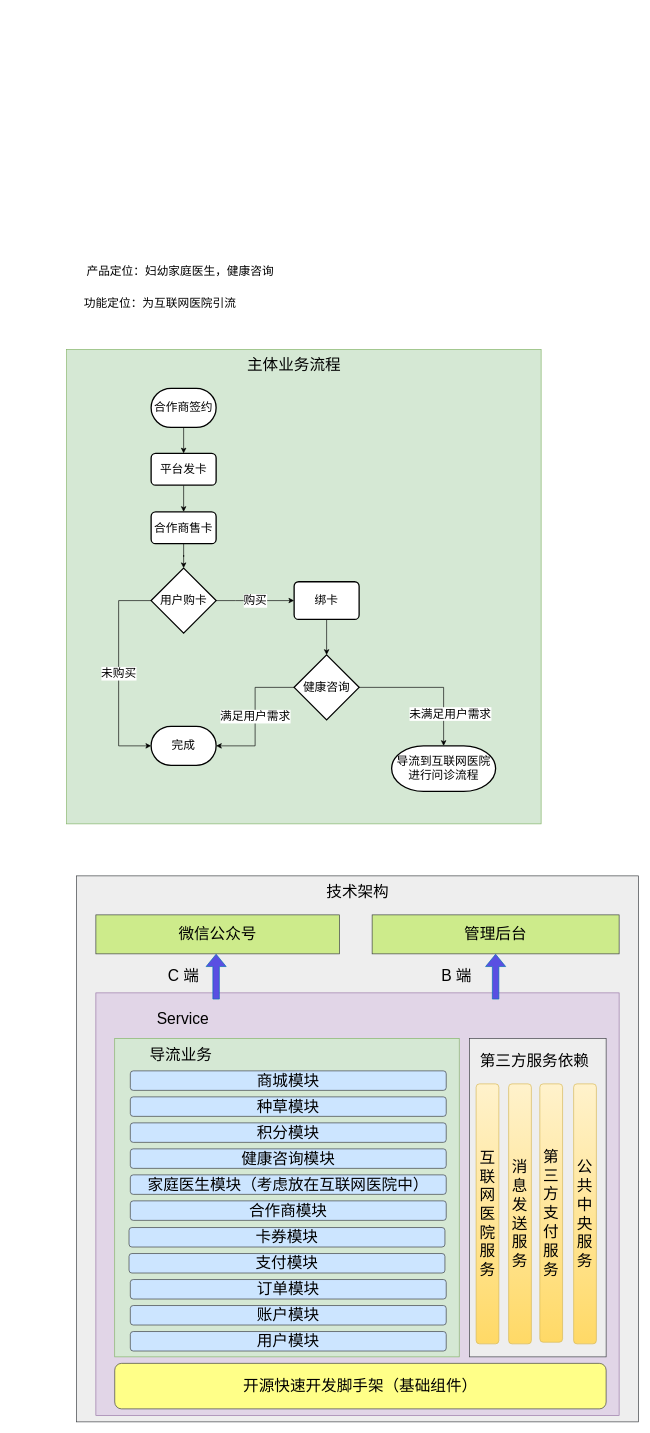
Above: jbh/家庭医生v1.drawio in GitHeP/diagrams (draw.io), before the change. Source tidied: cells renumbered, new cells numbered last; positions are measured from the earlier drawing's top-left corner, leaving out a move shared by most shapes. Both pictures are drawn from the tidied source at 65%, with x=0, y=0 at pixel (66, 258).
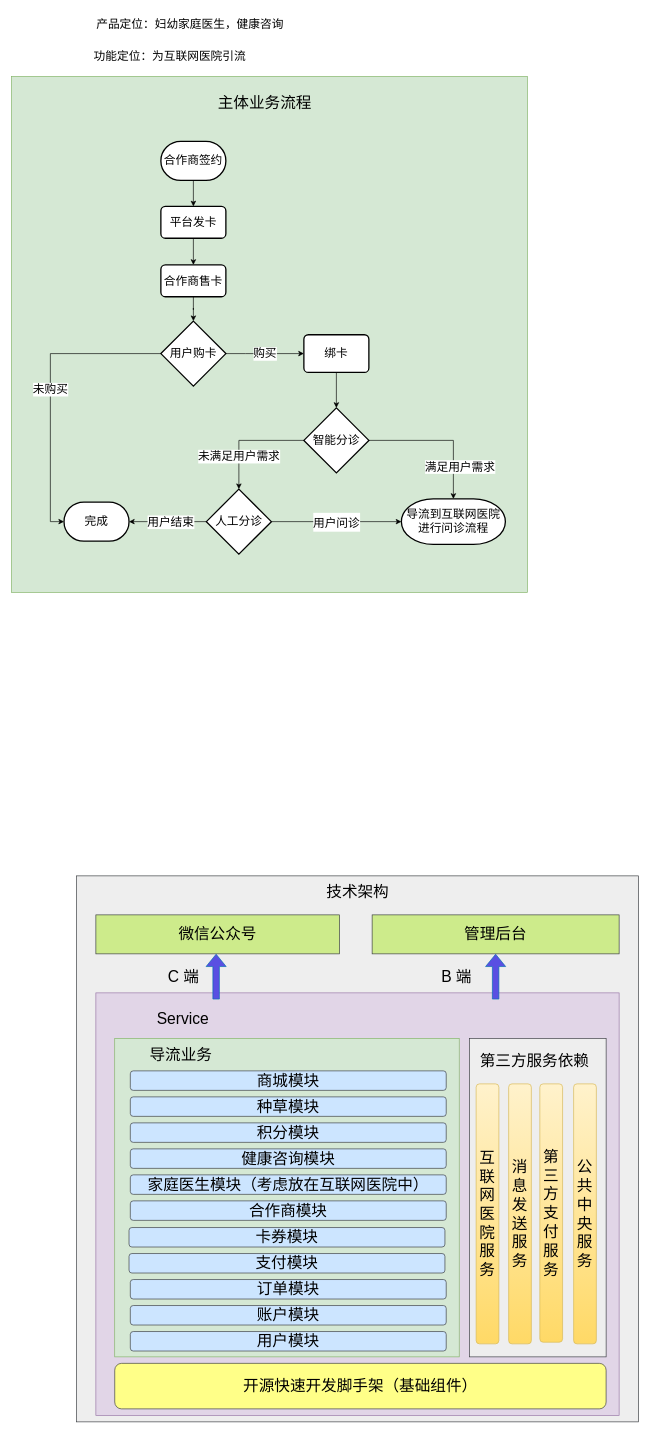
The same page after the edit.

Commit message:
更新家庭医生v1.drawio

The edit, as a diff of the source:
```diff
@@
     <mxCell id="4" style="whiteSpace=wrap;html=1;fontSize=18;fillColor=#d5e8d4;strokeColor=#82b366;" parent="1" vertex="1">
-      <mxGeometry x="1" y="140" width="730" height="730" as="geometry" />
+      <mxGeometry x="-84" y="-280" width="794" height="794" as="geometry" />
     </mxCell>
     <mxCell id="5" value="&lt;font style=&quot;font-size: 18px;&quot;&gt;产品定位：妇幼家庭医生，健康咨询&lt;/font&gt;" style="text;html=1;strokeColor=none;fillColor=none;align=center;verticalAlign=middle;whiteSpace=wrap;rounded=0;" parent="1" vertex="1">
-      <mxGeometry x="31" width="290" height="40" as="geometry" />
+      <mxGeometry x="46" y="-380" width="290" height="40" as="geometry" />
     </mxCell>
     <mxCell id="6" value="&lt;font style=&quot;font-size: 18px;&quot;&gt;功能定位：为互联网医院引流&lt;/font&gt;" style="text;html=1;strokeColor=none;fillColor=none;align=center;verticalAlign=middle;whiteSpace=wrap;rounded=0;" parent="1" vertex="1">
-      <mxGeometry y="50" width="290" height="40" as="geometry" />
+      <mxGeometry x="15" y="-330" width="290" height="40" as="geometry" />
     </mxCell>
@@
     <mxCell id="8" value="合作商签约" style="strokeWidth=2;html=1;shape=mxgraph.flowchart.terminator;whiteSpace=wrap;fontSize=18;" parent="1" vertex="1">
-      <mxGeometry x="131" y="200" width="100" height="60" as="geometry" />
+      <mxGeometry x="146" y="-180" width="100" height="60" as="geometry" />
     </mxCell>
@@
     <mxCell id="10" value="平台发卡" style="rounded=1;whiteSpace=wrap;html=1;absoluteArcSize=1;arcSize=14;strokeWidth=2;fontSize=18;" parent="1" vertex="1">
-      <mxGeometry x="131" y="300" width="100" height="49" as="geometry" />
+      <mxGeometry x="146" y="-80" width="100" height="49" as="geometry" />
     </mxCell>
@@
     <mxCell id="12" value="合作商售卡" style="rounded=1;whiteSpace=wrap;html=1;absoluteArcSize=1;arcSize=14;strokeWidth=2;fontSize=18;" parent="1" vertex="1">
-      <mxGeometry x="131" y="390" width="100" height="49" as="geometry" />
+      <mxGeometry x="146" y="10" width="100" height="49" as="geometry" />
     </mxCell>
     <mxCell id="13" value="购买" style="edgeStyle=orthogonalEdgeStyle;rounded=0;jettySize=auto;html=1;fontSize=18;" parent="1" edge="1" source="15" target="18">
       <mxGeometry relative="1" as="geometry">
         <Array as="points">
-          <mxPoint x="261" y="527" />
-          <mxPoint x="261" y="527" />
+          <mxPoint x="276" y="147" />
+          <mxPoint x="276" y="147" />
         </Array>
       </mxGeometry>
     </mxCell>
     <mxCell id="14" value="未购买" style="edgeStyle=orthogonalEdgeStyle;rounded=0;jettySize=auto;html=1;entryX=0;entryY=0.5;entryDx=0;entryDy=0;entryPerimeter=0;fontSize=18;exitX=0;exitY=0.5;exitDx=0;exitDy=0;exitPerimeter=0;" parent="1" edge="1" source="15" target="16">
       <mxGeometry relative="1" as="geometry">
         <Array as="points">
-          <mxPoint x="81" y="527" />
-          <mxPoint x="81" y="750" />
+          <mxPoint x="-24" y="147" />
+          <mxPoint x="-24" y="405" />
         </Array>
       </mxGeometry>
     </mxCell>
     <mxCell id="15" value="用户购卡" style="strokeWidth=2;html=1;shape=mxgraph.flowchart.decision;whiteSpace=wrap;fontSize=18;" parent="1" vertex="1">
-      <mxGeometry x="131" y="476.5" width="100" height="100" as="geometry" />
+      <mxGeometry x="146" y="96.5" width="100" height="100" as="geometry" />
     </mxCell>
     <mxCell id="16" value="完成" style="strokeWidth=2;html=1;shape=mxgraph.flowchart.terminator;whiteSpace=wrap;fontSize=18;" parent="1" vertex="1">
-      <mxGeometry x="131" y="720" width="100" height="60" as="geometry" />
+      <mxGeometry x="-3" y="375" width="100" height="60" as="geometry" />
     </mxCell>
@@
     <mxCell id="18" value="绑卡" style="rounded=1;whiteSpace=wrap;html=1;absoluteArcSize=1;arcSize=14;strokeWidth=2;fontSize=18;" parent="1" vertex="1">
-      <mxGeometry x="351" y="497.5" width="100" height="58" as="geometry" />
+      <mxGeometry x="366" y="117.5" width="100" height="58" as="geometry" />
     </mxCell>
-    <mxCell id="19" value="满足用户需求" style="edgeStyle=orthogonalEdgeStyle;rounded=0;jettySize=auto;html=1;entryX=1;entryY=0.5;entryDx=0;entryDy=0;entryPerimeter=0;fontSize=18;" parent="1" edge="1" source="21" target="16">
-      <mxGeometry relative="1" as="geometry" />
+    <mxCell id="19" value="未满足用户需求" style="edgeStyle=orthogonalEdgeStyle;rounded=0;jettySize=auto;html=1;fontSize=18;" parent="1" edge="1" source="21" target="56">
+      <mxGeometry x="0.43" relative="1" as="geometry" />
     </mxCell>
-    <mxCell id="20" value="未满足用户需求" style="edgeStyle=orthogonalEdgeStyle;rounded=0;jettySize=auto;html=1;entryX=0.5;entryY=0;entryDx=0;entryDy=0;entryPerimeter=0;fontSize=18;" parent="1" edge="1" source="21" target="22">
+    <mxCell id="20" value="满足用户需求" style="edgeStyle=orthogonalEdgeStyle;rounded=0;jettySize=auto;html=1;entryX=0.5;entryY=0;entryDx=0;entryDy=0;entryPerimeter=0;fontSize=18;" parent="1" edge="1" source="21" target="22">
       <mxGeometry x="0.55" y="10" relative="1" as="geometry" />
     </mxCell>
-    <mxCell id="21" value="健康咨询" style="strokeWidth=2;html=1;shape=mxgraph.flowchart.decision;whiteSpace=wrap;fontSize=18;" parent="1" vertex="1">
-      <mxGeometry x="351" y="610" width="100" height="100" as="geometry" />
+    <mxCell id="21" value="智能分诊" style="strokeWidth=2;html=1;shape=mxgraph.flowchart.decision;whiteSpace=wrap;fontSize=18;" parent="1" vertex="1">
+      <mxGeometry x="366" y="230" width="100" height="100" as="geometry" />
     </mxCell>
     <mxCell id="22" value="导流到互联网医院进行问诊流程" style="strokeWidth=2;html=1;shape=mxgraph.flowchart.terminator;whiteSpace=wrap;fontSize=18;" parent="1" vertex="1">
-      <mxGeometry x="501" y="750" width="160" height="70" as="geometry" />
+      <mxGeometry x="516" y="370" width="160" height="70" as="geometry" />
     </mxCell>
     <mxCell id="23" value="&lt;font style=&quot;font-size: 24px;&quot;&gt;主体业务流程&lt;/font&gt;" style="text;html=1;strokeColor=none;fillColor=none;align=center;verticalAlign=middle;whiteSpace=wrap;rounded=0;fontSize=18;" parent="1" vertex="1">
-      <mxGeometry x="271" y="150" width="160" height="30" as="geometry" />
+      <mxGeometry x="226" y="-254.5" width="160" height="30" as="geometry" />
     </mxCell>
@@
+    <mxCell id="52" style="edgeStyle=orthogonalEdgeStyle;rounded=0;jettySize=auto;html=1;fontSize=24;fillColor=#594FE2;" parent="1" edge="1" source="56" target="22">
+      <mxGeometry relative="1" as="geometry" />
+    </mxCell>
+    <mxCell id="53" value="&lt;font style=&quot;font-size: 18px;&quot;&gt;用户问诊&lt;/font&gt;" style="edgeLabel;html=1;align=center;verticalAlign=middle;fontSize=24;" parent="52" vertex="1">
+      <mxGeometry x="-0.13" y="-4" relative="1" as="geometry">
+        <mxPoint x="12" y="-4" as="offset" />
+      </mxGeometry>
+    </mxCell>
+    <mxCell id="54" style="edgeStyle=orthogonalEdgeStyle;rounded=0;jettySize=auto;html=1;entryX=1;entryY=0.5;entryDx=0;entryDy=0;entryPerimeter=0;fontSize=18;fillColor=#594FE2;" parent="1" edge="1" source="56" target="16">
+      <mxGeometry relative="1" as="geometry" />
+    </mxCell>
+    <mxCell id="55" value="用户结束" style="edgeLabel;html=1;align=center;verticalAlign=middle;fontSize=18;" parent="54" vertex="1">
+      <mxGeometry x="-0.21" y="-1" relative="1" as="geometry">
+        <mxPoint x="-9" y="1" as="offset" />
+      </mxGeometry>
+    </mxCell>
+    <mxCell id="56" value="人工分诊" style="strokeWidth=2;html=1;shape=mxgraph.flowchart.decision;whiteSpace=wrap;fontSize=18;" parent="1" vertex="1">
+      <mxGeometry x="216" y="355" width="100" height="100" as="geometry" />
+    </mxCell>
```
